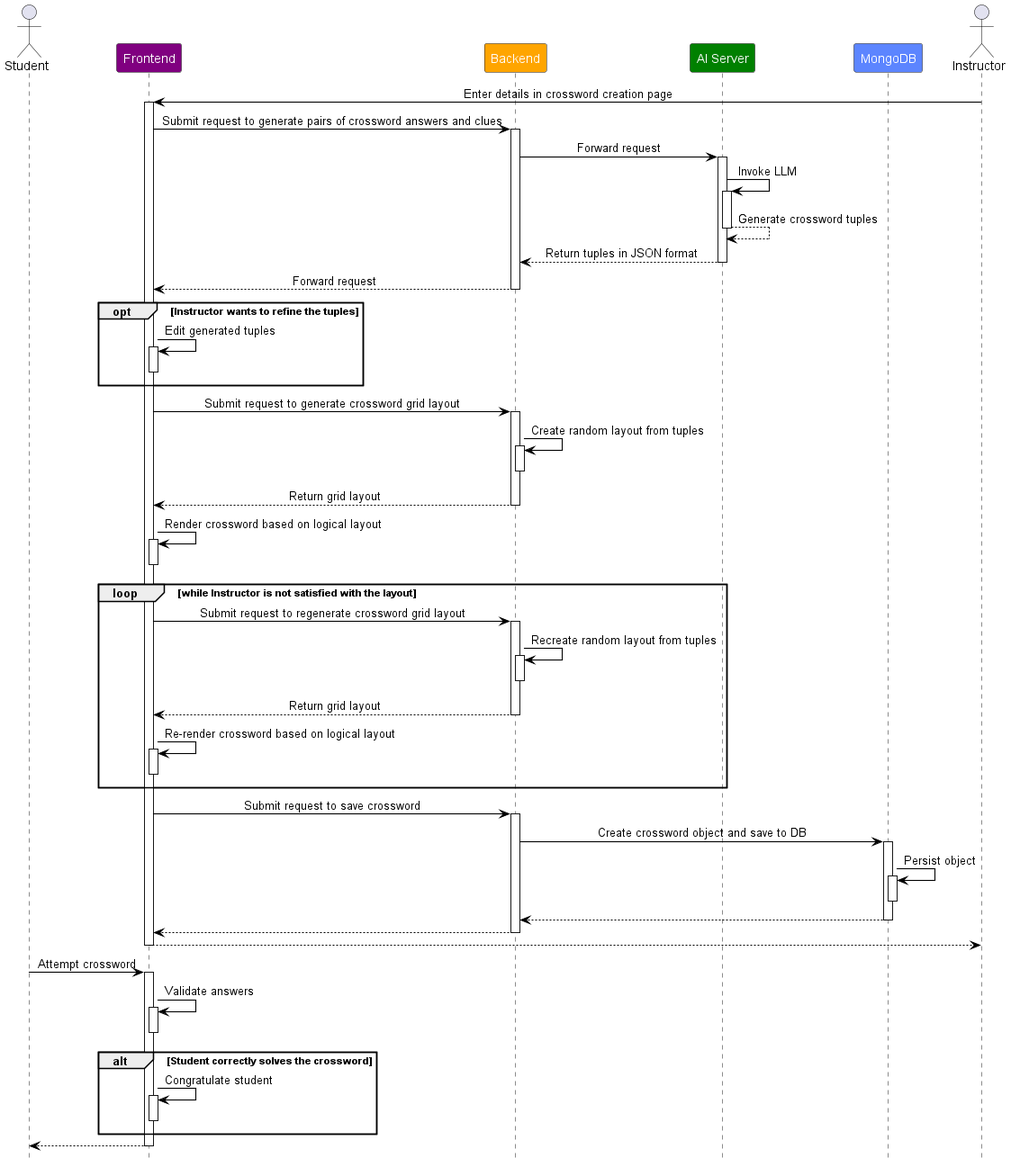
This is out/fyp/crossword-sd/crossword-creation-sequence-diagram.png from nseah21/plantuml-diagrams, a PlantUML export, as it was before one commit. Its diagram source:
```plantuml
@startuml Crossword Creation Sequence Diagram

!include style.puml
skinparam arrowThickness 1.1
skinparam arrowColor BLACK

Actor Student as stu
Participant "Frontend" as fe PURPLE
Participant "Backend" as be YELLOW
Participant "AI Server" as py GREEN
Participant "MongoDB" as db LIGHT_BLUE
Actor Instructor as ins

ins -> fe: Enter details in crossword creation page
activate fe

fe -> be: Submit request to generate pairs of crossword answers and clues
activate be

be -> py: Forward request
activate py

py -> py: Invoke LLM
activate py

py --> py: Generate crossword tuples
deactivate py

py --> be: Return tuples in JSON format
deactivate py

be --> fe: Forward request
deactivate be

opt Instructor wants to refine the tuples
    fe -> fe: Edit generated tuples
    activate fe

    deactivate fe
end

fe -> be: Submit request to generate crossword grid layout
activate be

be -> be: Create random layout from tuples
activate be

deactivate be

be --> fe: Return grid layout
deactivate be

fe -> fe: Render crossword based on logical layout
activate fe

deactivate fe

loop while Instructor is not satisfied with the layout
    fe -> be: Submit request to regenerate crossword grid layout
    activate be

    be -> be: Recreate random layout from tuples
    activate be
    deactivate be

    be --> fe: Return grid layout
    deactivate be

    fe -> fe: Re-render crossword based on logical layout
    activate fe

    deactivate fe
end

fe -> be: Submit request to save crossword
activate be

be -> db: Create crossword object and save to DB
activate db

db -> db: Persist object
activate db

deactivate db

db --> be:
deactivate db

be --> fe:
deactivate be

fe --> ins
deactivate fe

stu -> fe: Attempt crossword
activate fe

fe -> fe: Validate answers
activate fe

deactivate fe

alt Student correctly solves the crossword
    fe -> fe: Congratulate student
    activate fe

    deactivate fe
end

fe --> stu:
deactivate fe

@enduml
```
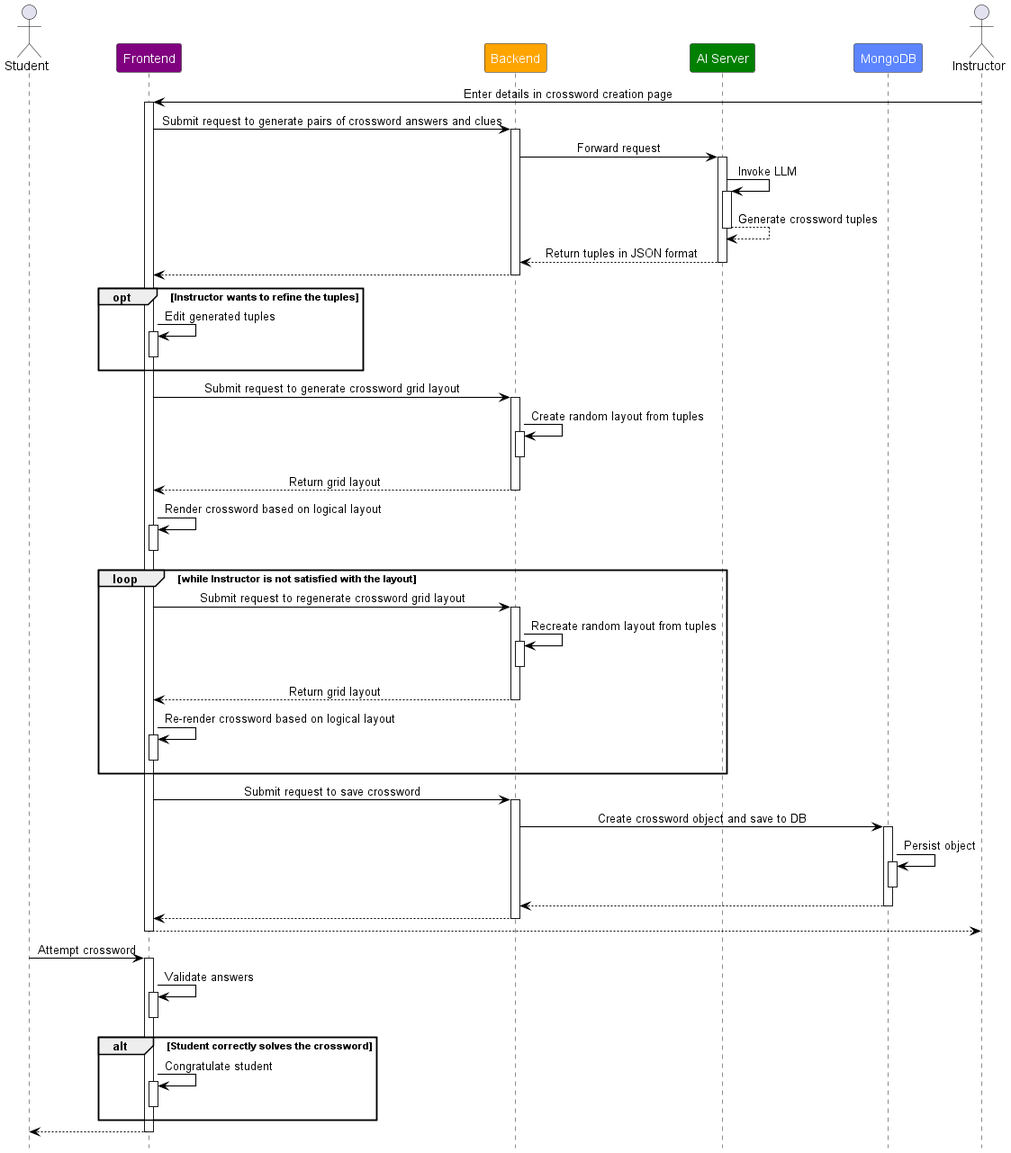
The same diagram one commit later.

Commit message:
Update diagram labels

Change to the diagram source:
```diff
@@ -1,4 +1,4 @@
-@startuml Crossword Creation Sequence Diagram
+@startuml crossword-creation-sequence-diagram
 
 !include style.puml
 skinparam arrowThickness 1.1
@@ -29,7 +29,7 @@
 py --> be: Return tuples in JSON format
 deactivate py
 
-be --> fe: Forward request
+be --> fe:
 deactivate be
 
 opt Instructor wants to refine the tuples
```
